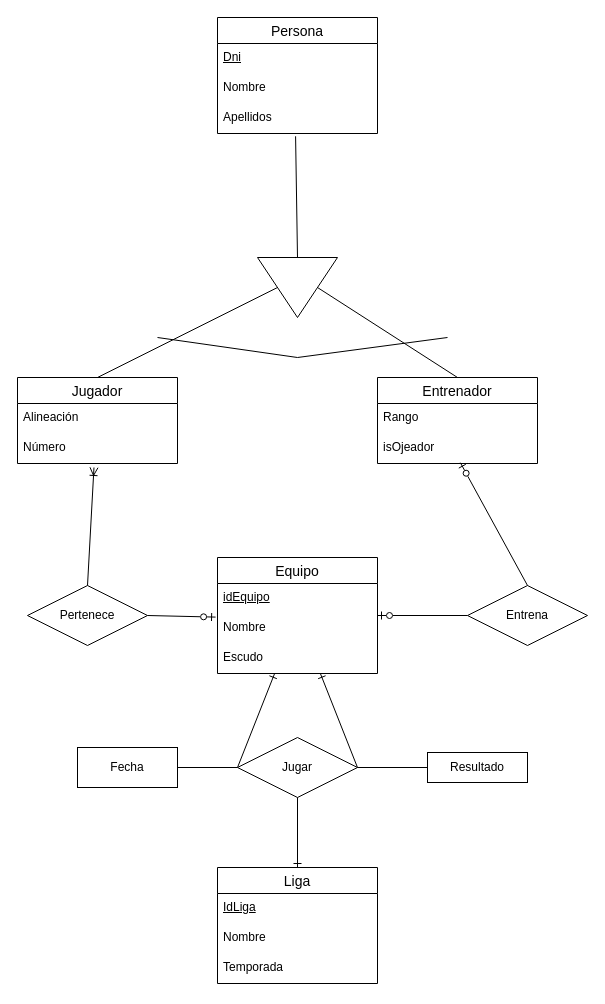
Above: TA12Ej10.drawio in AlejandroCara/acr-tsys-modeloER-drawio-1110 (draw.io), before the change. Source tidied: cells renumbered, new cells numbered last; positions are measured from the earlier drawing's top-left corner, leaving out a move shared by most shapes. Both pictures are drawn from the tidied source at 100%, with x=0, y=0 at pixel (17, 17).
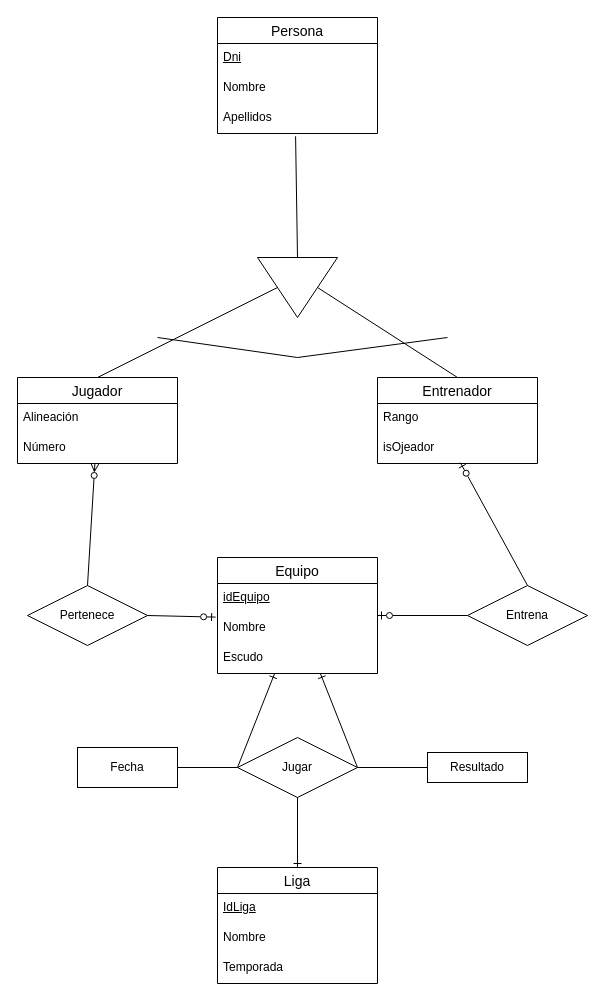
Above is the later version.

The change refers to these unchanged cells:
```xml
<mxCell id="2" value="Jugador" style="swimlane;fontStyle=0;horizontal=1;startSize=26;align=center;fontSize=14;" parent="1" vertex="1">
  <mxGeometry y="360" width="160" height="86" as="geometry" />
</mxCell>
<mxCell id="4" value="Número" style="text;strokeColor=none;fillColor=none;spacingLeft=4;spacingRight=4;overflow=hidden;points=[[0,0.5],[1,0.5]];portConstraint=eastwest;fontSize=12;whiteSpace=wrap;html=1;" parent="2" vertex="1">
  <mxGeometry y="56" width="160" height="30" as="geometry" />
</mxCell>
<mxCell id="25" value="Pertenece" style="shape=rhombus;perimeter=rhombusPerimeter;whiteSpace=wrap;html=1;align=center;" parent="1" vertex="1">
  <mxGeometry x="10" y="568" width="120" height="60" as="geometry" />
</mxCell>
```

Diff of the diagram source:
```diff
@@
-    <mxCell id="27" style="endArrow=ERoneToMany;html=1;rounded=0;entryX=0.478;entryY=1.133;entryDx=0;entryDy=0;entryPerimeter=0;exitX=0.5;exitY=0;exitDx=0;exitDy=0;endFill=0;" parent="1" edge="1" source="25" target="4">
+    <mxCell id="27" style="endArrow=ERzeroToMany;html=1;rounded=0;exitX=0.5;exitY=0;exitDx=0;exitDy=0;endFill=0;" parent="1" edge="1" source="25" target="2">
       <mxGeometry relative="1" as="geometry" />
     </mxCell>
```
